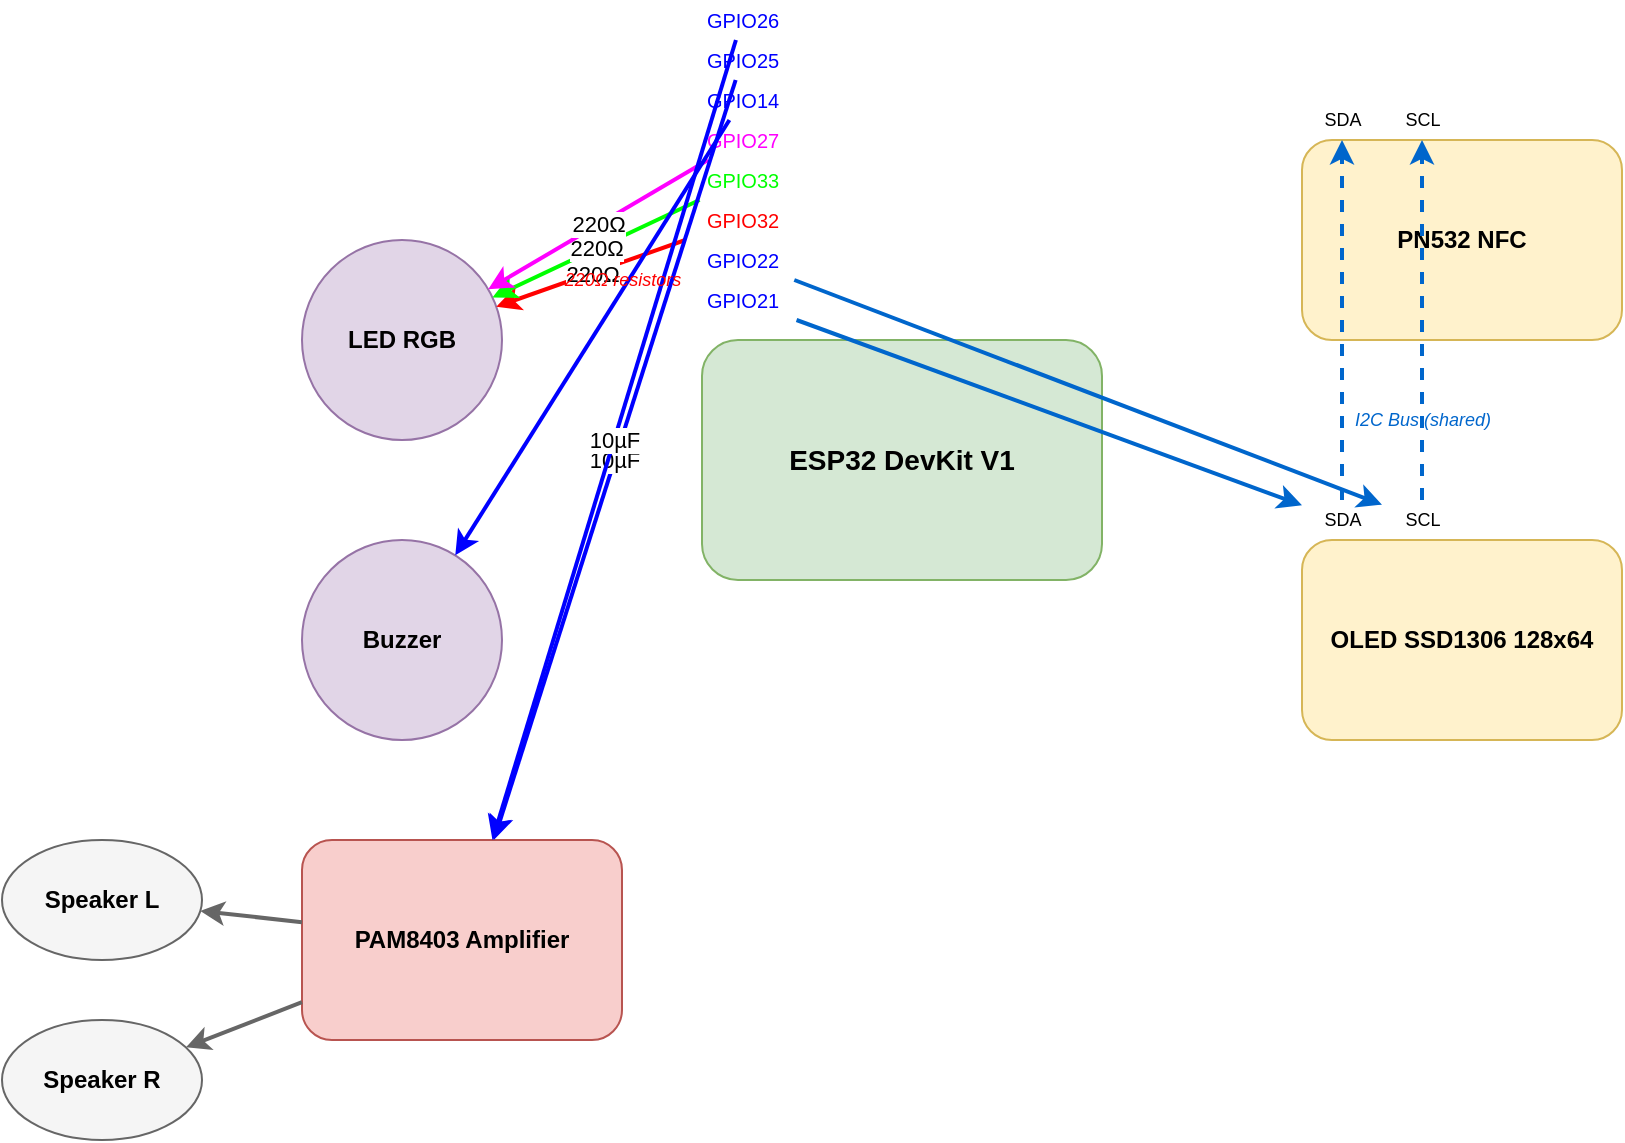
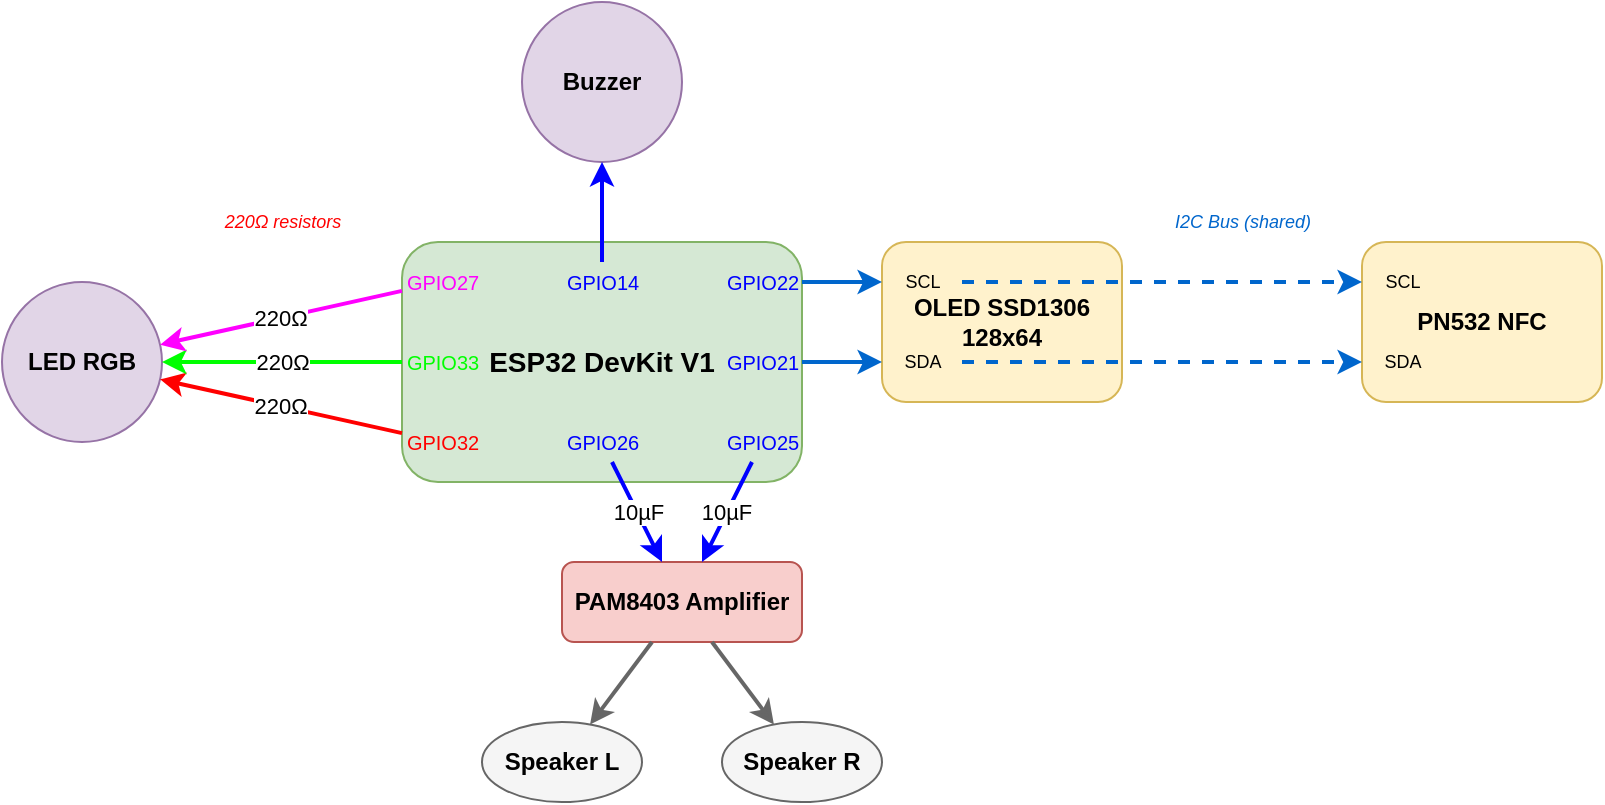
- <?xml version="1.0" encoding="UTF-8"?>
- <mxfile host="app.diagrams.net" modified="2022-12-22T00:00:00.000Z" agent="TapTune" version="22.0.0" type="device">
+ <mxfile host="app.diagrams.net" agent="TapTune">
  <diagram name="TapTune Schematic" id="schematic">
-     <mxGraphModel dx="1200" dy="800" grid="1" gridSize="10" guides="1" tooltips="1" connect="1" arrows="1" fold="1" page="1" pageScale="1" pageWidth="1600" pageHeight="1200" math="0" shadow="0">
+     <mxGraphModel dx="933" dy="652" grid="1" gridSize="10" guides="1" tooltips="1" connect="1" arrows="1" fold="1" page="1" pageScale="1" pageWidth="1600" pageHeight="1200" math="0" shadow="0">
      <root>
        <mxCell id="0" />
        <mxCell id="1" parent="0" />
- 
-         <!-- ESP32 DevKit V1 -->
-         <mxCell id="esp32" value="ESP32 DevKit V1" style="rounded=1;whiteSpace=wrap;html=1;fillColor=#d5e8d4;strokeColor=#82b366;fontSize=14;fontStyle=1" vertex="1" parent="1">
-           <mxGeometry x="400" y="300" width="200" height="120" as="geometry" />
+         <mxCell id="esp32" parent="1" style="rounded=1;whiteSpace=wrap;html=1;fillColor=#d5e8d4;strokeColor=#82b366;fontSize=14;fontStyle=1" value="ESP32 DevKit V1" vertex="1">
+           <mxGeometry height="120" width="200" x="400" y="280" as="geometry" />
        </mxCell>
-         <mxCell id="esp32-gpio21" value="GPIO21" style="text;html=1;align=center;verticalAlign=middle;fontSize=10;fontColor=#0000FF;" vertex="1" parent="1">
-           <mxGeometry x="390" y="270" width="60" height="20" as="geometry" />
+         <mxCell id="esp32-gpio21" parent="1" style="text;html=1;align=center;verticalAlign=middle;fontSize=10;fontColor=#0000FF;" value="GPIO21" vertex="1">
+           <mxGeometry height="20" width="40" x="560" y="330" as="geometry" />
        </mxCell>
-         <mxCell id="esp32-gpio22" value="GPIO22" style="text;html=1;align=center;verticalAlign=middle;fontSize=10;fontColor=#0000FF;" vertex="1" parent="1">
-           <mxGeometry x="390" y="250" width="60" height="20" as="geometry" />
+         <mxCell id="esp32-gpio22" parent="1" style="text;html=1;align=center;verticalAlign=middle;fontSize=10;fontColor=#0000FF;" value="GPIO22" vertex="1">
+           <mxGeometry height="20" width="40" x="560" y="290" as="geometry" />
        </mxCell>
-         <mxCell id="esp32-gpio32" value="GPIO32" style="text;html=1;align=center;verticalAlign=middle;fontSize=10;fontColor=#FF0000;" vertex="1" parent="1">
-           <mxGeometry x="390" y="230" width="60" height="20" as="geometry" />
+         <mxCell id="esp32-gpio32" parent="1" style="text;html=1;align=center;verticalAlign=middle;fontSize=10;fontColor=#FF0000;" value="GPIO32" vertex="1">
+           <mxGeometry height="20" width="40" x="400" y="370" as="geometry" />
        </mxCell>
-         <mxCell id="esp32-gpio33" value="GPIO33" style="text;html=1;align=center;verticalAlign=middle;fontSize=10;fontColor=#00FF00;" vertex="1" parent="1">
-           <mxGeometry x="390" y="210" width="60" height="20" as="geometry" />
+         <mxCell id="esp32-gpio33" parent="1" style="text;html=1;align=center;verticalAlign=middle;fontSize=10;fontColor=#00FF00;" value="GPIO33" vertex="1">
+           <mxGeometry height="20" width="40" x="400" y="330" as="geometry" />
        </mxCell>
-         <mxCell id="esp32-gpio27" value="GPIO27" style="text;html=1;align=center;verticalAlign=middle;fontSize=10;fontColor=#FF00FF;" vertex="1" parent="1">
-           <mxGeometry x="390" y="190" width="60" height="20" as="geometry" />
+         <mxCell id="esp32-gpio27" parent="1" style="text;html=1;align=center;verticalAlign=middle;fontSize=10;fontColor=#FF00FF;" value="GPIO27" vertex="1">
+           <mxGeometry height="20" width="40" x="400" y="290" as="geometry" />
        </mxCell>
-         <mxCell id="esp32-gpio14" value="GPIO14" style="text;html=1;align=center;verticalAlign=middle;fontSize=10;fontColor=#0000FF;" vertex="1" parent="1">
-           <mxGeometry x="390" y="170" width="60" height="20" as="geometry" />
+         <mxCell id="esp32-gpio14" parent="1" style="text;html=1;align=center;verticalAlign=middle;fontSize=10;fontColor=#0000FF;" value="GPIO14" vertex="1">
+           <mxGeometry height="20" width="40" x="480" y="290" as="geometry" />
        </mxCell>
-         <mxCell id="esp32-gpio25" value="GPIO25" style="text;html=1;align=center;verticalAlign=middle;fontSize=10;fontColor=#0000FF;" vertex="1" parent="1">
-           <mxGeometry x="390" y="150" width="60" height="20" as="geometry" />
+         <mxCell id="esp32-gpio25" parent="1" style="text;html=1;align=center;verticalAlign=middle;fontSize=10;fontColor=#0000FF;" value="GPIO25" vertex="1">
+           <mxGeometry height="20" width="40" x="560" y="370" as="geometry" />
        </mxCell>
-         <mxCell id="esp32-gpio26" value="GPIO26" style="text;html=1;align=center;verticalAlign=middle;fontSize=10;fontColor=#0000FF;" vertex="1" parent="1">
-           <mxGeometry x="390" y="130" width="60" height="20" as="geometry" />
+         <mxCell id="esp32-gpio26" parent="1" style="text;html=1;align=center;verticalAlign=middle;fontSize=10;fontColor=#0000FF;" value="GPIO26" vertex="1">
+           <mxGeometry height="20" width="40" x="480" y="370" as="geometry" />
        </mxCell>
- 
-         <!-- OLED SSD1306 -->
-         <mxCell id="oled" value="OLED SSD1306 128x64" style="rounded=1;whiteSpace=wrap;html=1;fillColor=#fff2cc;strokeColor=#d6b656;fontSize=12;fontStyle=1" vertex="1" parent="1">
-           <mxGeometry x="700" y="400" width="160" height="100" as="geometry" />
+         <mxCell id="oled" parent="1" style="rounded=1;whiteSpace=wrap;html=1;fillColor=#fff2cc;strokeColor=#d6b656;fontSize=12;fontStyle=1" value="OLED SSD1306 128x64" vertex="1">
+           <mxGeometry height="80" width="120" x="640" y="280" as="geometry" />
        </mxCell>
-         <mxCell id="oled-sda" value="SDA" style="text;html=1;align=center;verticalAlign=middle;fontSize=9;" vertex="1" parent="1">
-           <mxGeometry x="700" y="380" width="40" height="20" as="geometry" />
+         <mxCell id="oled-sda" parent="1" style="text;html=1;align=center;verticalAlign=middle;fontSize=9;" value="SDA" vertex="1">
+           <mxGeometry height="20" width="40" x="640" y="330" as="geometry" />
        </mxCell>
-         <mxCell id="oled-scl" value="SCL" style="text;html=1;align=center;verticalAlign=middle;fontSize=9;" vertex="1" parent="1">
-           <mxGeometry x="740" y="380" width="40" height="20" as="geometry" />
+         <mxCell id="oled-scl" parent="1" style="text;html=1;align=center;verticalAlign=middle;fontSize=9;" value="SCL" vertex="1">
+           <mxGeometry height="20" width="40" x="640" y="290" as="geometry" />
        </mxCell>
- 
-         <!-- PN532 -->
-         <mxCell id="pn532" value="PN532 NFC" style="rounded=1;whiteSpace=wrap;html=1;fillColor=#fff2cc;strokeColor=#d6b656;fontSize=12;fontStyle=1" vertex="1" parent="1">
-           <mxGeometry x="700" y="200" width="160" height="100" as="geometry" />
+         <mxCell id="pn532" parent="1" style="rounded=1;whiteSpace=wrap;html=1;fillColor=#fff2cc;strokeColor=#d6b656;fontSize=12;fontStyle=1" value="PN532 NFC" vertex="1">
+           <mxGeometry height="80" width="120" x="880" y="280" as="geometry" />
        </mxCell>
-         <mxCell id="pn532-sda" value="SDA" style="text;html=1;align=center;verticalAlign=middle;fontSize=9;" vertex="1" parent="1">
-           <mxGeometry x="700" y="180" width="40" height="20" as="geometry" />
+         <mxCell id="pn532-sda" parent="1" style="text;html=1;align=center;verticalAlign=middle;fontSize=9;" value="SDA" vertex="1">
+           <mxGeometry height="20" width="40" x="880" y="330" as="geometry" />
        </mxCell>
-         <mxCell id="pn532-scl" value="SCL" style="text;html=1;align=center;verticalAlign=middle;fontSize=9;" vertex="1" parent="1">
-           <mxGeometry x="740" y="180" width="40" height="20" as="geometry" />
+         <mxCell id="pn532-scl" parent="1" style="text;html=1;align=center;verticalAlign=middle;fontSize=9;" value="SCL" vertex="1">
+           <mxGeometry height="20" width="40" x="880" y="290" as="geometry" />
        </mxCell>
- 
-         <!-- LED RGB -->
-         <mxCell id="led" value="LED RGB" style="ellipse;whiteSpace=wrap;html=1;aspect=fixed;fillColor=#e1d5e7;strokeColor=#9673a6;fontSize=12;fontStyle=1" vertex="1" parent="1">
-           <mxGeometry x="200" y="250" width="100" height="100" as="geometry" />
+         <mxCell id="led" parent="1" style="ellipse;whiteSpace=wrap;html=1;aspect=fixed;fillColor=#e1d5e7;strokeColor=#9673a6;fontSize=12;fontStyle=1" value="LED RGB" vertex="1">
+           <mxGeometry height="80" width="80" x="200" y="300" as="geometry" />
        </mxCell>
- 
-         <!-- Buzzer -->
-         <mxCell id="buzzer" value="Buzzer" style="ellipse;whiteSpace=wrap;html=1;aspect=fixed;fillColor=#e1d5e7;strokeColor=#9673a6;fontSize=12;fontStyle=1" vertex="1" parent="1">
-           <mxGeometry x="200" y="400" width="100" height="100" as="geometry" />
+         <mxCell id="buzzer" parent="1" style="ellipse;whiteSpace=wrap;html=1;aspect=fixed;fillColor=#e1d5e7;strokeColor=#9673a6;fontSize=12;fontStyle=1" value="Buzzer" vertex="1">
+           <mxGeometry height="80" width="80" x="460" y="160" as="geometry" />
        </mxCell>
- 
-         <!-- PAM8403 -->
-         <mxCell id="pam" value="PAM8403 Amplifier" style="rounded=1;whiteSpace=wrap;html=1;fillColor=#f8cecc;strokeColor=#b85450;fontSize=12;fontStyle=1" vertex="1" parent="1">
-           <mxGeometry x="200" y="550" width="160" height="100" as="geometry" />
+         <mxCell id="pam" parent="1" style="rounded=1;whiteSpace=wrap;html=1;fillColor=#f8cecc;strokeColor=#b85450;fontSize=12;fontStyle=1" value="PAM8403 Amplifier" vertex="1">
+           <mxGeometry height="40" width="120" x="480" y="440" as="geometry" />
        </mxCell>
- 
-         <!-- Speakers -->
-         <mxCell id="spk-l" value="Speaker L" style="shape=ellipse;perimeter=ellipsePerimeter;whiteSpace=wrap;html=1;fixedSize=1;fillColor=#f5f5f5;strokeColor=#666666;fontSize=12;fontStyle=1" vertex="1" parent="1">
-           <mxGeometry x="50" y="550" width="100" height="60" as="geometry" />
+         <mxCell id="spk-l" parent="1" style="shape=ellipse;perimeter=ellipsePerimeter;whiteSpace=wrap;html=1;fixedSize=1;fillColor=#f5f5f5;strokeColor=#666666;fontSize=12;fontStyle=1" value="Speaker L" vertex="1">
+           <mxGeometry height="40" width="80" x="440" y="520" as="geometry" />
        </mxCell>
-         <mxCell id="spk-r" value="Speaker R" style="shape=ellipse;perimeter=ellipsePerimeter;whiteSpace=wrap;html=1;fixedSize=1;fillColor=#f5f5f5;strokeColor=#666666;fontSize=12;fontStyle=1" vertex="1" parent="1">
-           <mxGeometry x="50" y="640" width="100" height="60" as="geometry" />
+         <mxCell id="spk-r" parent="1" style="shape=ellipse;perimeter=ellipsePerimeter;whiteSpace=wrap;html=1;fixedSize=1;fillColor=#f5f5f5;strokeColor=#666666;fontSize=12;fontStyle=1" value="Speaker R" vertex="1">
+           <mxGeometry height="40" width="80" x="560" y="520" as="geometry" />
        </mxCell>
- 
-         <!-- Collegamenti -->
-         <mxCell id="edge-i2c-sda" value="" style="endArrow=classic;html=1;strokeWidth=2;strokeColor=#0066CC;" edge="1" parent="1" source="esp32-gpio21" target="oled-sda">
-           <mxGeometry width="50" height="50" relative="1" as="geometry" />
+         <mxCell id="edge-i2c-sda" edge="1" parent="1" source="esp32-gpio21" style="endArrow=classic;html=1;strokeWidth=2;strokeColor=#0066CC;" target="oled-sda" value="">
+           <mxGeometry height="50" relative="1" width="50" as="geometry" />
        </mxCell>
-         <mxCell id="edge-i2c-sda2" value="" style="endArrow=classic;html=1;strokeWidth=2;strokeColor=#0066CC;dashed=1;" edge="1" parent="1" source="oled-sda" target="pn532-sda">
-           <mxGeometry width="50" height="50" relative="1" as="geometry" />
+         <mxCell id="edge-i2c-sda2" edge="1" parent="1" source="oled-sda" style="endArrow=classic;html=1;strokeWidth=2;strokeColor=#0066CC;dashed=1;" target="pn532-sda" value="">
+           <mxGeometry height="50" relative="1" width="50" as="geometry" />
        </mxCell>
-         <mxCell id="edge-i2c-scl" value="" style="endArrow=classic;html=1;strokeWidth=2;strokeColor=#0066CC;" edge="1" parent="1" source="esp32-gpio22" target="oled-scl">
-           <mxGeometry width="50" height="50" relative="1" as="geometry" />
+         <mxCell id="edge-i2c-scl" edge="1" parent="1" source="esp32-gpio22" style="endArrow=classic;html=1;strokeWidth=2;strokeColor=#0066CC;" target="oled-scl" value="">
+           <mxGeometry height="50" relative="1" width="50" as="geometry" />
        </mxCell>
-         <mxCell id="edge-i2c-scl2" value="" style="endArrow=classic;html=1;strokeWidth=2;strokeColor=#0066CC;dashed=1;" edge="1" parent="1" source="oled-scl" target="pn532-scl">
-           <mxGeometry width="50" height="50" relative="1" as="geometry" />
+         <mxCell id="edge-i2c-scl2" edge="1" parent="1" source="oled-scl" style="endArrow=classic;html=1;strokeWidth=2;strokeColor=#0066CC;dashed=1;" target="pn532-scl" value="">
+           <mxGeometry height="50" relative="1" width="50" as="geometry" />
        </mxCell>
- 
-         <mxCell id="edge-led-r" value="220Ω" style="endArrow=classic;html=1;strokeWidth=2;strokeColor=#FF0000;" edge="1" parent="1" source="esp32-gpio32" target="led">
-           <mxGeometry width="50" height="50" relative="1" as="geometry" />
+         <mxCell id="edge-led-r" edge="1" parent="1" source="esp32-gpio32" style="endArrow=classic;html=1;strokeWidth=2;strokeColor=#FF0000;" target="led" value="220Ω">
+           <mxGeometry height="50" relative="1" width="50" as="geometry" />
        </mxCell>
-         <mxCell id="edge-led-g" value="220Ω" style="endArrow=classic;html=1;strokeWidth=2;strokeColor=#00FF00;" edge="1" parent="1" source="esp32-gpio33" target="led">
-           <mxGeometry width="50" height="50" relative="1" as="geometry" />
+         <mxCell id="edge-led-g" edge="1" parent="1" source="esp32-gpio33" style="endArrow=classic;html=1;strokeWidth=2;strokeColor=#00FF00;" target="led" value="220Ω">
+           <mxGeometry height="50" relative="1" width="50" as="geometry" />
        </mxCell>
-         <mxCell id="edge-led-b" value="220Ω" style="endArrow=classic;html=1;strokeWidth=2;strokeColor=#FF00FF;" edge="1" parent="1" source="esp32-gpio27" target="led">
-           <mxGeometry width="50" height="50" relative="1" as="geometry" />
+         <mxCell id="edge-led-b" edge="1" parent="1" source="esp32-gpio27" style="endArrow=classic;html=1;strokeWidth=2;strokeColor=#FF00FF;" target="led" value="220Ω">
+           <mxGeometry height="50" relative="1" width="50" as="geometry" />
        </mxCell>
- 
-         <mxCell id="edge-buzzer" value="" style="endArrow=classic;html=1;strokeWidth=2;strokeColor=#0000FF;" edge="1" parent="1" source="esp32-gpio14" target="buzzer">
-           <mxGeometry width="50" height="50" relative="1" as="geometry" />
+         <mxCell id="edge-buzzer" edge="1" parent="1" source="esp32-gpio14" style="endArrow=classic;html=1;strokeWidth=2;strokeColor=#0000FF;" target="buzzer" value="">
+           <mxGeometry height="50" relative="1" width="50" as="geometry" />
        </mxCell>
- 
-         <mxCell id="edge-audio-l" value="10µF" style="endArrow=classic;html=1;strokeWidth=2;strokeColor=#0000FF;" edge="1" parent="1" source="esp32-gpio25" target="pam">
-           <mxGeometry width="50" height="50" relative="1" as="geometry" />
+         <mxCell id="edge-audio-l" edge="1" parent="1" source="esp32-gpio25" style="endArrow=classic;html=1;strokeWidth=2;strokeColor=#0000FF;" target="pam" value="10µF">
+           <mxGeometry height="50" relative="1" width="50" as="geometry" />
        </mxCell>
-         <mxCell id="edge-audio-r" value="10µF" style="endArrow=classic;html=1;strokeWidth=2;strokeColor=#0000FF;" edge="1" parent="1" source="esp32-gpio26" target="pam">
-           <mxGeometry width="50" height="50" relative="1" as="geometry" />
+         <mxCell id="edge-audio-r" edge="1" parent="1" source="esp32-gpio26" style="endArrow=classic;html=1;strokeWidth=2;strokeColor=#0000FF;" target="pam" value="10µF">
+           <mxGeometry height="50" relative="1" width="50" as="geometry" />
        </mxCell>
- 
-         <mxCell id="edge-spk-l" value="" style="endArrow=classic;html=1;strokeWidth=2;strokeColor=#666666;" edge="1" parent="1" source="pam" target="spk-l">
-           <mxGeometry width="50" height="50" relative="1" as="geometry" />
+         <mxCell id="edge-spk-l" edge="1" parent="1" source="pam" style="endArrow=classic;html=1;strokeWidth=2;strokeColor=#666666;" target="spk-l" value="">
+           <mxGeometry height="50" relative="1" width="50" as="geometry" />
        </mxCell>
-         <mxCell id="edge-spk-r" value="" style="endArrow=classic;html=1;strokeWidth=2;strokeColor=#666666;" edge="1" parent="1" source="pam" target="spk-r">
-           <mxGeometry width="50" height="50" relative="1" as="geometry" />
+         <mxCell id="edge-spk-r" edge="1" parent="1" source="pam" style="endArrow=classic;html=1;strokeWidth=2;strokeColor=#666666;" target="spk-r" value="">
+           <mxGeometry height="50" relative="1" width="50" as="geometry" />
        </mxCell>
- 
-         <!-- Etichette aggiuntive -->
-         <mxCell id="label-i2c" value="I2C Bus (shared)" style="text;html=1;align=center;verticalAlign=middle;fontSize=9;fontColor=#0066CC;fontStyle=2" vertex="1" parent="1">
-           <mxGeometry x="700" y="330" width="120" height="20" as="geometry" />
+         <mxCell id="label-i2c" parent="1" style="text;html=1;align=center;verticalAlign=middle;fontSize=9;fontColor=#0066CC;fontStyle=2" value="I2C Bus (shared)" vertex="1">
+           <mxGeometry height="20" width="120" x="760" y="260" as="geometry" />
        </mxCell>
-         <mxCell id="label-led" value="220Ω resistors" style="text;html=1;align=center;verticalAlign=middle;fontSize=9;fontColor=#FF0000;fontStyle=2" vertex="1" parent="1">
-           <mxGeometry x="300" y="260" width="120" height="20" as="geometry" />
+         <mxCell id="label-led" parent="1" style="text;html=1;align=center;verticalAlign=middle;fontSize=9;fontColor=#FF0000;fontStyle=2" value="220Ω resistors" vertex="1">
+           <mxGeometry height="20" width="120" x="280" y="260" as="geometry" />
        </mxCell>
- 
      </root>
    </mxGraphModel>
  </diagram>
</mxfile>
